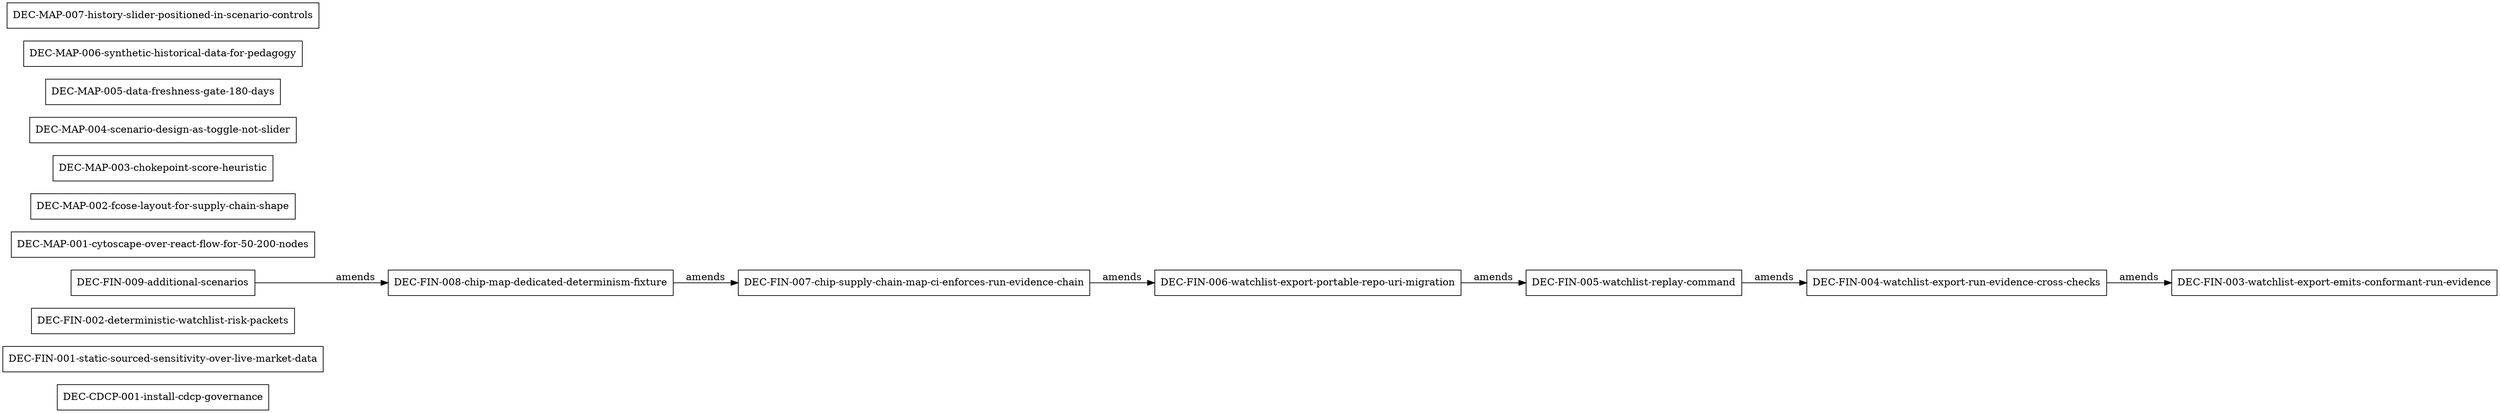
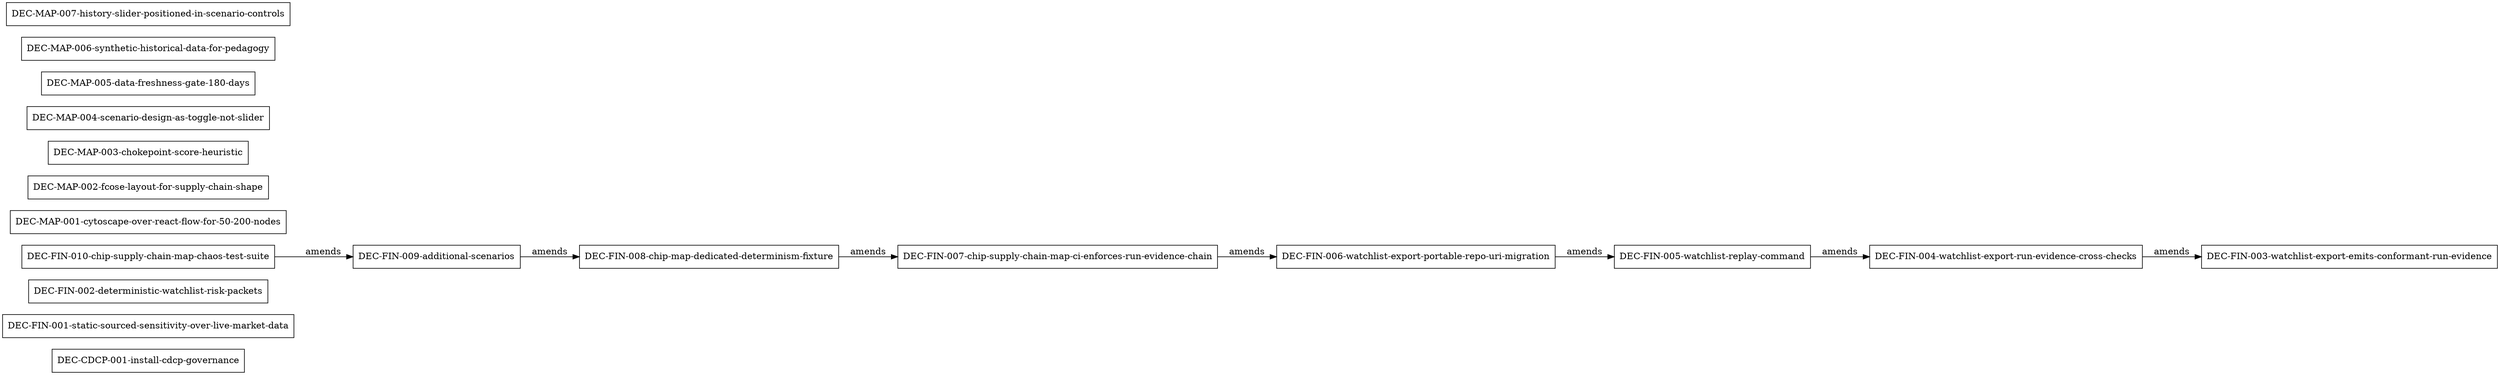
digraph dec_chains_chip_supply_chain_map {
  rankdir=LR;
  "DEC-CDCP-001-install-cdcp-governance" [shape=box, style=solid];
  "DEC-FIN-001-static-sourced-sensitivity-over-live-market-data" [shape=box, style=solid];
  "DEC-FIN-002-deterministic-watchlist-risk-packets" [shape=box, style=solid];
  "DEC-FIN-003-watchlist-export-emits-conformant-run-evidence" [shape=box, style=solid];
  "DEC-FIN-004-watchlist-export-run-evidence-cross-checks" [shape=box, style=solid];
  "DEC-FIN-005-watchlist-replay-command" [shape=box, style=solid];
  "DEC-FIN-006-watchlist-export-portable-repo-uri-migration" [shape=box, style=solid];
  "DEC-FIN-007-chip-supply-chain-map-ci-enforces-run-evidence-chain" [shape=box, style=solid];
  "DEC-FIN-008-chip-map-dedicated-determinism-fixture" [shape=box, style=solid];
  "DEC-FIN-009-additional-scenarios" [shape=box, style=solid];
+   "DEC-FIN-010-chip-supply-chain-map-chaos-test-suite" [shape=box, style=solid];
  "DEC-MAP-001-cytoscape-over-react-flow-for-50-200-nodes" [shape=box, style=solid];
  "DEC-MAP-002-fcose-layout-for-supply-chain-shape" [shape=box, style=solid];
  "DEC-MAP-003-chokepoint-score-heuristic" [shape=box, style=solid];
  "DEC-MAP-004-scenario-design-as-toggle-not-slider" [shape=box, style=solid];
  "DEC-MAP-005-data-freshness-gate-180-days" [shape=box, style=solid];
  "DEC-MAP-006-synthetic-historical-data-for-pedagogy" [shape=box, style=solid];
  "DEC-MAP-007-history-slider-positioned-in-scenario-controls" [shape=box, style=solid];
  "DEC-FIN-004-watchlist-export-run-evidence-cross-checks" -> "DEC-FIN-003-watchlist-export-emits-conformant-run-evidence" [label="amends"];
  "DEC-FIN-005-watchlist-replay-command" -> "DEC-FIN-004-watchlist-export-run-evidence-cross-checks" [label="amends"];
  "DEC-FIN-006-watchlist-export-portable-repo-uri-migration" -> "DEC-FIN-005-watchlist-replay-command" [label="amends"];
  "DEC-FIN-007-chip-supply-chain-map-ci-enforces-run-evidence-chain" -> "DEC-FIN-006-watchlist-export-portable-repo-uri-migration" [label="amends"];
  "DEC-FIN-008-chip-map-dedicated-determinism-fixture" -> "DEC-FIN-007-chip-supply-chain-map-ci-enforces-run-evidence-chain" [label="amends"];
  "DEC-FIN-009-additional-scenarios" -> "DEC-FIN-008-chip-map-dedicated-determinism-fixture" [label="amends"];
+   "DEC-FIN-010-chip-supply-chain-map-chaos-test-suite" -> "DEC-FIN-009-additional-scenarios" [label="amends"];
}
